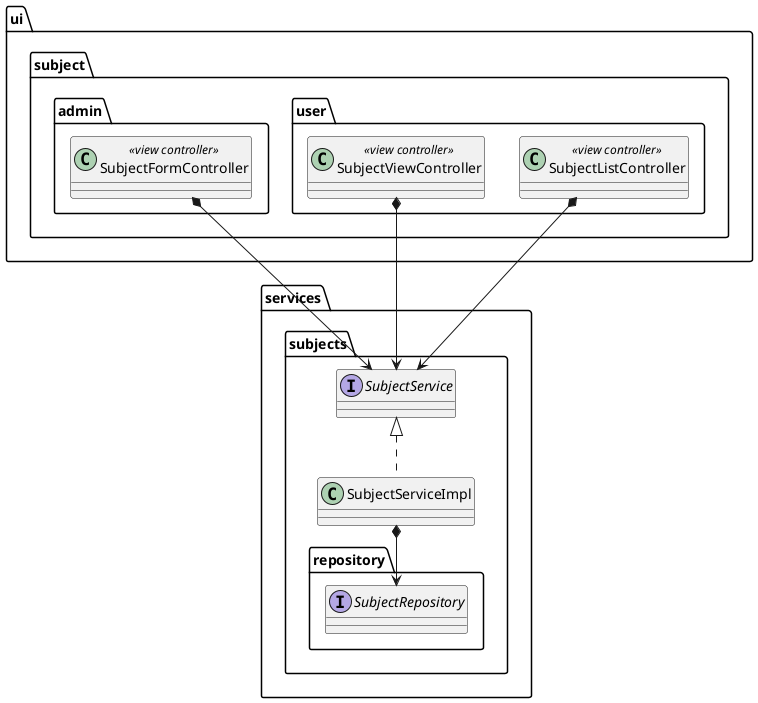
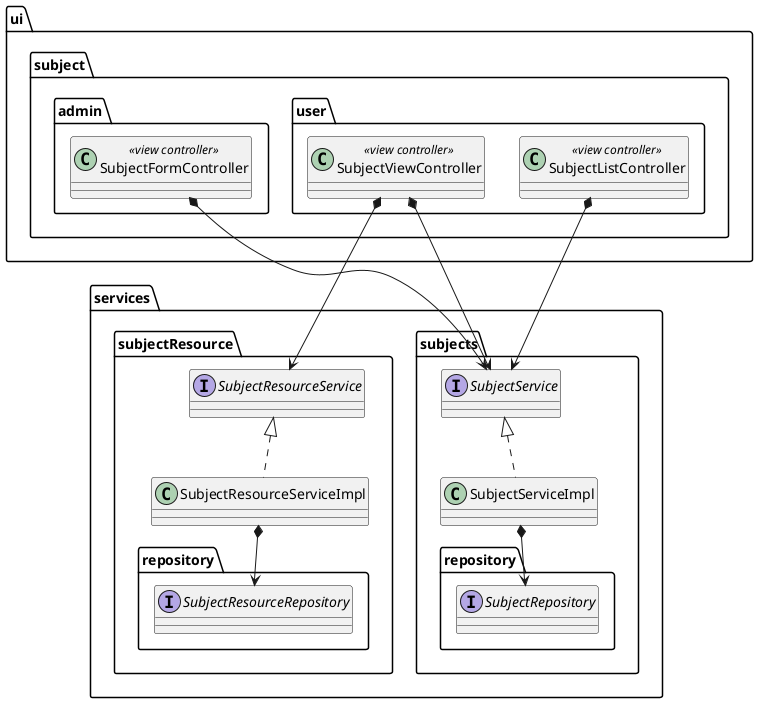
@startuml
package ui {
    package subject {
        package user {
            class SubjectListController <<view controller>>
            class SubjectViewController <<view controller>>
        }

        package admin {
            class SubjectFormController <<view controller>>
        }
    }
}

package services {
    package subjects {
        interface SubjectService
        class SubjectServiceImpl

        package repository {
            interface SubjectRepository
        }

        SubjectService <|.. SubjectServiceImpl
        SubjectServiceImpl *--> SubjectRepository
    }
+     package subjectResource {
+         interface SubjectResourceService
+         class SubjectResourceServiceImpl
+ 
+         package repository {
+             interface SubjectResourceRepository
+         }
+         SubjectResourceService <|.. SubjectResourceServiceImpl
+         SubjectResourceServiceImpl *--> SubjectResourceRepository
+     }
}

SubjectListController *--> SubjectService
SubjectViewController *--> SubjectService
+ SubjectViewController *--> SubjectResourceService
SubjectFormController *--> SubjectService
@enduml